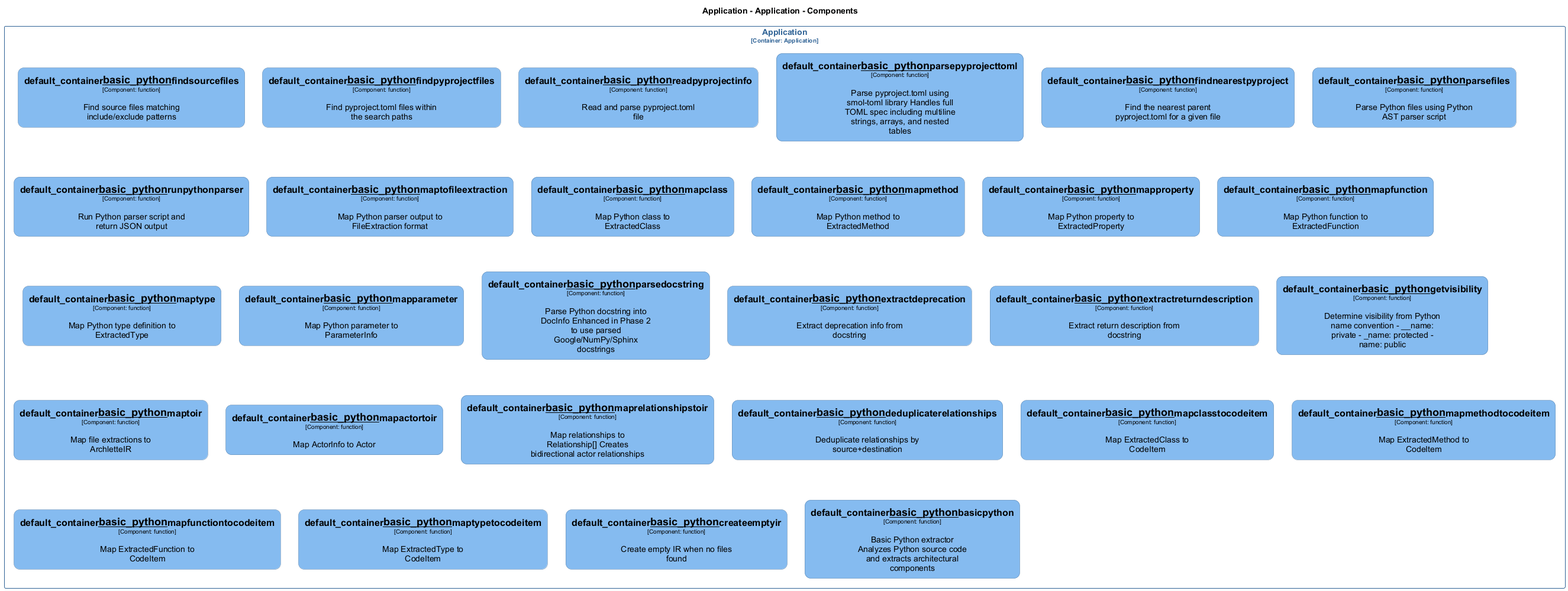
chrislyons-dev/archlette keeps this PlantUML diagram as docs/architecture/diagrams/structurizr-Classes_default_container__basic_python.png. Above is the earlier version.
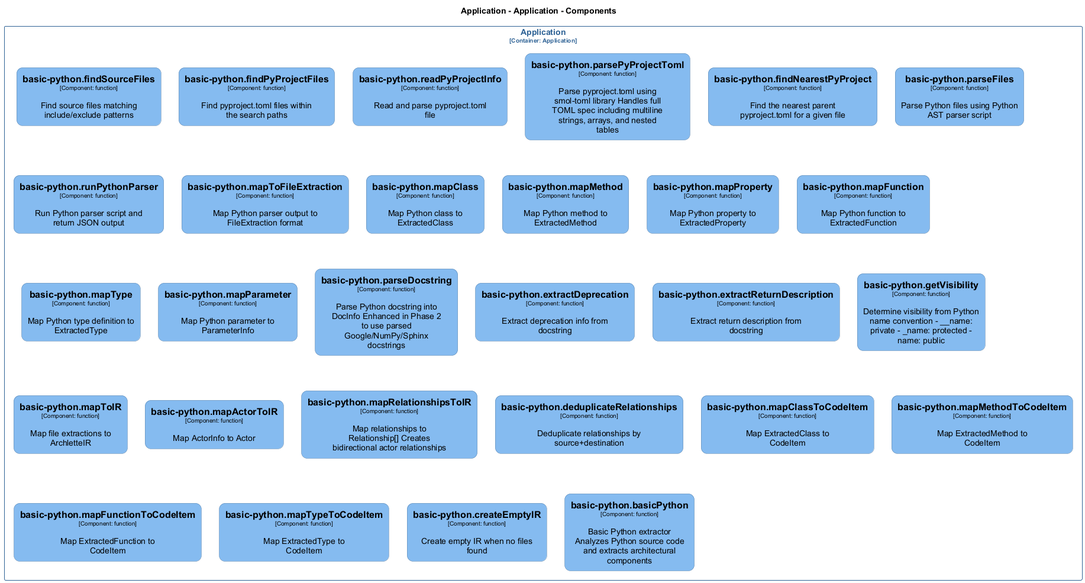
The same file after the commit.

The edit, as a diff of the source:
```diff
@@ -18,3 +18,3 @@
 
-skinparam rectangle<<Application.Application.default_container__basic_python__basicpython>> {
+skinparam rectangle<<Application.Application.basicpythonbasicPython>> {
   BackgroundColor #85bbf0
@@ -25,3 +25,3 @@
 }
-skinparam rectangle<<Application.Application.default_container__basic_python__createemptyir>> {
+skinparam rectangle<<Application.Application.basicpythoncreateEmptyIR>> {
   BackgroundColor #85bbf0
@@ -32,3 +32,3 @@
 }
-skinparam rectangle<<Application.Application.default_container__basic_python__deduplicaterelationships>> {
+skinparam rectangle<<Application.Application.basicpythondeduplicateRelationships>> {
   BackgroundColor #85bbf0
@@ -39,3 +39,3 @@
 }
-skinparam rectangle<<Application.Application.default_container__basic_python__extractdeprecation>> {
+skinparam rectangle<<Application.Application.basicpythonextractDeprecation>> {
   BackgroundColor #85bbf0
@@ -46,3 +46,3 @@
 }
-skinparam rectangle<<Application.Application.default_container__basic_python__extractreturndescription>> {
+skinparam rectangle<<Application.Application.basicpythonextractReturnDescription>> {
   BackgroundColor #85bbf0
@@ -53,3 +53,3 @@
 }
-skinparam rectangle<<Application.Application.default_container__basic_python__findnearestpyproject>> {
+skinparam rectangle<<Application.Application.basicpythonfindNearestPyProject>> {
   BackgroundColor #85bbf0
@@ -60,3 +60,3 @@
 }
-skinparam rectangle<<Application.Application.default_container__basic_python__findpyprojectfiles>> {
+skinparam rectangle<<Application.Application.basicpythonfindPyProjectFiles>> {
   BackgroundColor #85bbf0
@@ -67,3 +67,3 @@
 }
-skinparam rectangle<<Application.Application.default_container__basic_python__findsourcefiles>> {
+skinparam rectangle<<Application.Application.basicpythonfindSourceFiles>> {
   BackgroundColor #85bbf0
@@ -74,3 +74,3 @@
 }
-skinparam rectangle<<Application.Application.default_container__basic_python__getvisibility>> {
+skinparam rectangle<<Application.Application.basicpythongetVisibility>> {
   BackgroundColor #85bbf0
@@ -81,3 +81,3 @@
 }
-skinparam rectangle<<Application.Application.default_container__basic_python__mapactortoir>> {
+skinparam rectangle<<Application.Application.basicpythonmapActorToIR>> {
   BackgroundColor #85bbf0
@@ -88,3 +88,3 @@
 }
-skinparam rectangle<<Application.Application.default_container__basic_python__mapclass>> {
+skinparam rectangle<<Application.Application.basicpythonmapClass>> {
   BackgroundColor #85bbf0
@@ -95,3 +95,3 @@
 }
-skinparam rectangle<<Application.Application.default_container__basic_python__mapclasstocodeitem>> {
+skinparam rectangle<<Application.Application.basicpythonmapClassToCodeItem>> {
   BackgroundColor #85bbf0
@@ -102,3 +102,3 @@
 }
-skinparam rectangle<<Application.Application.default_container__basic_python__mapfunction>> {
+skinparam rectangle<<Application.Application.basicpythonmapFunction>> {
   BackgroundColor #85bbf0
@@ -109,3 +109,3 @@
 }
-skinparam rectangle<<Application.Application.default_container__basic_python__mapfunctiontocodeitem>> {
+skinparam rectangle<<Application.Application.basicpythonmapFunctionToCodeItem>> {
   BackgroundColor #85bbf0
@@ -116,3 +116,3 @@
 }
-skinparam rectangle<<Application.Application.default_container__basic_python__mapmethod>> {
+skinparam rectangle<<Application.Application.basicpythonmapMethod>> {
   BackgroundColor #85bbf0
@@ -123,3 +123,3 @@
 }
-skinparam rectangle<<Application.Application.default_container__basic_python__mapmethodtocodeitem>> {
+skinparam rectangle<<Application.Application.basicpythonmapMethodToCodeItem>> {
   BackgroundColor #85bbf0
@@ -130,3 +130,3 @@
 }
-skinparam rectangle<<Application.Application.default_container__basic_python__mapparameter>> {
+skinparam rectangle<<Application.Application.basicpythonmapParameter>> {
   BackgroundColor #85bbf0
@@ -137,3 +137,3 @@
 }
-skinparam rectangle<<Application.Application.default_container__basic_python__mapproperty>> {
+skinparam rectangle<<Application.Application.basicpythonmapProperty>> {
   BackgroundColor #85bbf0
@@ -144,3 +144,3 @@
 }
-skinparam rectangle<<Application.Application.default_container__basic_python__maprelationshipstoir>> {
+skinparam rectangle<<Application.Application.basicpythonmapRelationshipsToIR>> {
   BackgroundColor #85bbf0
@@ -151,3 +151,3 @@
 }
-skinparam rectangle<<Application.Application.default_container__basic_python__maptofileextraction>> {
+skinparam rectangle<<Application.Application.basicpythonmapToFileExtraction>> {
   BackgroundColor #85bbf0
@@ -158,3 +158,3 @@
 }
-skinparam rectangle<<Application.Application.default_container__basic_python__maptoir>> {
+skinparam rectangle<<Application.Application.basicpythonmapToIR>> {
   BackgroundColor #85bbf0
@@ -165,3 +165,3 @@
 }
-skinparam rectangle<<Application.Application.default_container__basic_python__maptype>> {
+skinparam rectangle<<Application.Application.basicpythonmapType>> {
   BackgroundColor #85bbf0
@@ -172,3 +172,3 @@
 }
-skinparam rectangle<<Application.Application.default_container__basic_python__maptypetocodeitem>> {
+skinparam rectangle<<Application.Application.basicpythonmapTypeToCodeItem>> {
   BackgroundColor #85bbf0
@@ -179,3 +179,3 @@
 }
-skinparam rectangle<<Application.Application.default_container__basic_python__parsedocstring>> {
+skinparam rectangle<<Application.Application.basicpythonparseDocstring>> {
   BackgroundColor #85bbf0
@@ -186,3 +186,3 @@
 }
-skinparam rectangle<<Application.Application.default_container__basic_python__parsefiles>> {
+skinparam rectangle<<Application.Application.basicpythonparseFiles>> {
   BackgroundColor #85bbf0
@@ -193,3 +193,3 @@
 }
-skinparam rectangle<<Application.Application.default_container__basic_python__parsepyprojecttoml>> {
+skinparam rectangle<<Application.Application.basicpythonparsePyProjectToml>> {
   BackgroundColor #85bbf0
@@ -200,3 +200,3 @@
 }
-skinparam rectangle<<Application.Application.default_container__basic_python__readpyprojectinfo>> {
+skinparam rectangle<<Application.Application.basicpythonreadPyProjectInfo>> {
   BackgroundColor #85bbf0
@@ -207,3 +207,3 @@
 }
-skinparam rectangle<<Application.Application.default_container__basic_python__runpythonparser>> {
+skinparam rectangle<<Application.Application.basicpythonrunPythonParser>> {
   BackgroundColor #85bbf0
@@ -221,30 +221,30 @@
 rectangle "Application\n<size:10>[Container: Application]</size>" <<Application.Application>> {
-  rectangle "==default_container__basic_python__findsourcefiles\n<size:10>[Component: function]</size>\n\nFind source files matching include/exclude patterns" <<Application.Application.default_container__basic_python__findsourcefiles>> as Application.Application.default_container__basic_python__findsourcefiles
-  rectangle "==default_container__basic_python__findpyprojectfiles\n<size:10>[Component: function]</size>\n\nFind pyproject.toml files within the search paths" <<Application.Application.default_container__basic_python__findpyprojectfiles>> as Application.Application.default_container__basic_python__findpyprojectfiles
-  rectangle "==default_container__basic_python__readpyprojectinfo\n<size:10>[Component: function]</size>\n\nRead and parse pyproject.toml file" <<Application.Application.default_container__basic_python__readpyprojectinfo>> as Application.Application.default_container__basic_python__readpyprojectinfo
-  rectangle "==default_container__basic_python__parsepyprojecttoml\n<size:10>[Component: function]</size>\n\nParse pyproject.toml using smol-toml library Handles full TOML spec including multiline strings, arrays, and nested tables" <<Application.Application.default_container__basic_python__parsepyprojecttoml>> as Application.Application.default_container__basic_python__parsepyprojecttoml
-  rectangle "==default_container__basic_python__findnearestpyproject\n<size:10>[Component: function]</size>\n\nFind the nearest parent pyproject.toml for a given file" <<Application.Application.default_container__basic_python__findnearestpyproject>> as Application.Application.default_container__basic_python__findnearestpyproject
-  rectangle "==default_container__basic_python__parsefiles\n<size:10>[Component: function]</size>\n\nParse Python files using Python AST parser script" <<Application.Application.default_container__basic_python__parsefiles>> as Application.Application.default_container__basic_python__parsefiles
-  rectangle "==default_container__basic_python__runpythonparser\n<size:10>[Component: function]</size>\n\nRun Python parser script and return JSON output" <<Application.Application.default_container__basic_python__runpythonparser>> as Application.Application.default_container__basic_python__runpythonparser
-  rectangle "==default_container__basic_python__maptofileextraction\n<size:10>[Component: function]</size>\n\nMap Python parser output to FileExtraction format" <<Application.Application.default_container__basic_python__maptofileextraction>> as Application.Application.default_container__basic_python__maptofileextraction
-  rectangle "==default_container__basic_python__mapclass\n<size:10>[Component: function]</size>\n\nMap Python class to ExtractedClass" <<Application.Application.default_container__basic_python__mapclass>> as Application.Application.default_container__basic_python__mapclass
-  rectangle "==default_container__basic_python__mapmethod\n<size:10>[Component: function]</size>\n\nMap Python method to ExtractedMethod" <<Application.Application.default_container__basic_python__mapmethod>> as Application.Application.default_container__basic_python__mapmethod
-  rectangle "==default_container__basic_python__mapproperty\n<size:10>[Component: function]</size>\n\nMap Python property to ExtractedProperty" <<Application.Application.default_container__basic_python__mapproperty>> as Application.Application.default_container__basic_python__mapproperty
-  rectangle "==default_container__basic_python__mapfunction\n<size:10>[Component: function]</size>\n\nMap Python function to ExtractedFunction" <<Application.Application.default_container__basic_python__mapfunction>> as Application.Application.default_container__basic_python__mapfunction
-  rectangle "==default_container__basic_python__maptype\n<size:10>[Component: function]</size>\n\nMap Python type definition to ExtractedType" <<Application.Application.default_container__basic_python__maptype>> as Application.Application.default_container__basic_python__maptype
-  rectangle "==default_container__basic_python__mapparameter\n<size:10>[Component: function]</size>\n\nMap Python parameter to ParameterInfo" <<Application.Application.default_container__basic_python__mapparameter>> as Application.Application.default_container__basic_python__mapparameter
-  rectangle "==default_container__basic_python__parsedocstring\n<size:10>[Component: function]</size>\n\nParse Python docstring into DocInfo Enhanced in Phase 2 to use parsed Google/NumPy/Sphinx docstrings" <<Application.Application.default_container__basic_python__parsedocstring>> as Application.Application.default_container__basic_python__parsedocstring
-  rectangle "==default_container__basic_python__extractdeprecation\n<size:10>[Component: function]</size>\n\nExtract deprecation info from docstring" <<Application.Application.default_container__basic_python__extractdeprecation>> as Application.Application.default_container__basic_python__extractdeprecation
-  rectangle "==default_container__basic_python__extractreturndescription\n<size:10>[Component: function]</size>\n\nExtract return description from docstring" <<Application.Application.default_container__basic_python__extractreturndescription>> as Application.Application.default_container__basic_python__extractreturndescription
-  rectangle "==default_container__basic_python__getvisibility\n<size:10>[Component: function]</size>\n\nDetermine visibility from Python name convention - __name: private - _name: protected - name: public" <<Application.Application.default_container__basic_python__getvisibility>> as Application.Application.default_container__basic_python__getvisibility
-  rectangle "==default_container__basic_python__maptoir\n<size:10>[Component: function]</size>\n\nMap file extractions to ArchletteIR" <<Application.Application.default_container__basic_python__maptoir>> as Application.Application.default_container__basic_python__maptoir
-  rectangle "==default_container__basic_python__mapactortoir\n<size:10>[Component: function]</size>\n\nMap ActorInfo to Actor" <<Application.Application.default_container__basic_python__mapactortoir>> as Application.Application.default_container__basic_python__mapactortoir
-  rectangle "==default_container__basic_python__maprelationshipstoir\n<size:10>[Component: function]</size>\n\nMap relationships to Relationship[] Creates bidirectional actor relationships" <<Application.Application.default_container__basic_python__maprelationshipstoir>> as Application.Application.default_container__basic_python__maprelationshipstoir
-  rectangle "==default_container__basic_python__deduplicaterelationships\n<size:10>[Component: function]</size>\n\nDeduplicate relationships by source+destination" <<Application.Application.default_container__basic_python__deduplicaterelationships>> as Application.Application.default_container__basic_python__deduplicaterelationships
-  rectangle "==default_container__basic_python__mapclasstocodeitem\n<size:10>[Component: function]</size>\n\nMap ExtractedClass to CodeItem" <<Application.Application.default_container__basic_python__mapclasstocodeitem>> as Application.Application.default_container__basic_python__mapclasstocodeitem
-  rectangle "==default_container__basic_python__mapmethodtocodeitem\n<size:10>[Component: function]</size>\n\nMap ExtractedMethod to CodeItem" <<Application.Application.default_container__basic_python__mapmethodtocodeitem>> as Application.Application.default_container__basic_python__mapmethodtocodeitem
-  rectangle "==default_container__basic_python__mapfunctiontocodeitem\n<size:10>[Component: function]</size>\n\nMap ExtractedFunction to CodeItem" <<Application.Application.default_container__basic_python__mapfunctiontocodeitem>> as Application.Application.default_container__basic_python__mapfunctiontocodeitem
-  rectangle "==default_container__basic_python__maptypetocodeitem\n<size:10>[Component: function]</size>\n\nMap ExtractedType to CodeItem" <<Application.Application.default_container__basic_python__maptypetocodeitem>> as Application.Application.default_container__basic_python__maptypetocodeitem
-  rectangle "==default_container__basic_python__createemptyir\n<size:10>[Component: function]</size>\n\nCreate empty IR when no files found" <<Application.Application.default_container__basic_python__createemptyir>> as Application.Application.default_container__basic_python__createemptyir
-  rectangle "==default_container__basic_python__basicpython\n<size:10>[Component: function]</size>\n\nBasic Python extractor Analyzes Python source code and extracts architectural components" <<Application.Application.default_container__basic_python__basicpython>> as Application.Application.default_container__basic_python__basicpython
+  rectangle "==basic-python.findSourceFiles\n<size:10>[Component: function]</size>\n\nFind source files matching include/exclude patterns" <<Application.Application.basicpythonfindSourceFiles>> as Application.Application.basicpythonfindSourceFiles
+  rectangle "==basic-python.findPyProjectFiles\n<size:10>[Component: function]</size>\n\nFind pyproject.toml files within the search paths" <<Application.Application.basicpythonfindPyProjectFiles>> as Application.Application.basicpythonfindPyProjectFiles
+  rectangle "==basic-python.readPyProjectInfo\n<size:10>[Component: function]</size>\n\nRead and parse pyproject.toml file" <<Application.Application.basicpythonreadPyProjectInfo>> as Application.Application.basicpythonreadPyProjectInfo
+  rectangle "==basic-python.parsePyProjectToml\n<size:10>[Component: function]</size>\n\nParse pyproject.toml using smol-toml library Handles full TOML spec including multiline strings, arrays, and nested tables" <<Application.Application.basicpythonparsePyProjectToml>> as Application.Application.basicpythonparsePyProjectToml
+  rectangle "==basic-python.findNearestPyProject\n<size:10>[Component: function]</size>\n\nFind the nearest parent pyproject.toml for a given file" <<Application.Application.basicpythonfindNearestPyProject>> as Application.Application.basicpythonfindNearestPyProject
+  rectangle "==basic-python.parseFiles\n<size:10>[Component: function]</size>\n\nParse Python files using Python AST parser script" <<Application.Application.basicpythonparseFiles>> as Application.Application.basicpythonparseFiles
+  rectangle "==basic-python.runPythonParser\n<size:10>[Component: function]</size>\n\nRun Python parser script and return JSON output" <<Application.Application.basicpythonrunPythonParser>> as Application.Application.basicpythonrunPythonParser
+  rectangle "==basic-python.mapToFileExtraction\n<size:10>[Component: function]</size>\n\nMap Python parser output to FileExtraction format" <<Application.Application.basicpythonmapToFileExtraction>> as Application.Application.basicpythonmapToFileExtraction
+  rectangle "==basic-python.mapClass\n<size:10>[Component: function]</size>\n\nMap Python class to ExtractedClass" <<Application.Application.basicpythonmapClass>> as Application.Application.basicpythonmapClass
+  rectangle "==basic-python.mapMethod\n<size:10>[Component: function]</size>\n\nMap Python method to ExtractedMethod" <<Application.Application.basicpythonmapMethod>> as Application.Application.basicpythonmapMethod
+  rectangle "==basic-python.mapProperty\n<size:10>[Component: function]</size>\n\nMap Python property to ExtractedProperty" <<Application.Application.basicpythonmapProperty>> as Application.Application.basicpythonmapProperty
+  rectangle "==basic-python.mapFunction\n<size:10>[Component: function]</size>\n\nMap Python function to ExtractedFunction" <<Application.Application.basicpythonmapFunction>> as Application.Application.basicpythonmapFunction
+  rectangle "==basic-python.mapType\n<size:10>[Component: function]</size>\n\nMap Python type definition to ExtractedType" <<Application.Application.basicpythonmapType>> as Application.Application.basicpythonmapType
+  rectangle "==basic-python.mapParameter\n<size:10>[Component: function]</size>\n\nMap Python parameter to ParameterInfo" <<Application.Application.basicpythonmapParameter>> as Application.Application.basicpythonmapParameter
+  rectangle "==basic-python.parseDocstring\n<size:10>[Component: function]</size>\n\nParse Python docstring into DocInfo Enhanced in Phase 2 to use parsed Google/NumPy/Sphinx docstrings" <<Application.Application.basicpythonparseDocstring>> as Application.Application.basicpythonparseDocstring
+  rectangle "==basic-python.extractDeprecation\n<size:10>[Component: function]</size>\n\nExtract deprecation info from docstring" <<Application.Application.basicpythonextractDeprecation>> as Application.Application.basicpythonextractDeprecation
+  rectangle "==basic-python.extractReturnDescription\n<size:10>[Component: function]</size>\n\nExtract return description from docstring" <<Application.Application.basicpythonextractReturnDescription>> as Application.Application.basicpythonextractReturnDescription
+  rectangle "==basic-python.getVisibility\n<size:10>[Component: function]</size>\n\nDetermine visibility from Python name convention - __name: private - _name: protected - name: public" <<Application.Application.basicpythongetVisibility>> as Application.Application.basicpythongetVisibility
+  rectangle "==basic-python.mapToIR\n<size:10>[Component: function]</size>\n\nMap file extractions to ArchletteIR" <<Application.Application.basicpythonmapToIR>> as Application.Application.basicpythonmapToIR
+  rectangle "==basic-python.mapActorToIR\n<size:10>[Component: function]</size>\n\nMap ActorInfo to Actor" <<Application.Application.basicpythonmapActorToIR>> as Application.Application.basicpythonmapActorToIR
+  rectangle "==basic-python.mapRelationshipsToIR\n<size:10>[Component: function]</size>\n\nMap relationships to Relationship[] Creates bidirectional actor relationships" <<Application.Application.basicpythonmapRelationshipsToIR>> as Application.Application.basicpythonmapRelationshipsToIR
+  rectangle "==basic-python.deduplicateRelationships\n<size:10>[Component: function]</size>\n\nDeduplicate relationships by source+destination" <<Application.Application.basicpythondeduplicateRelationships>> as Application.Application.basicpythondeduplicateRelationships
+  rectangle "==basic-python.mapClassToCodeItem\n<size:10>[Component: function]</size>\n\nMap ExtractedClass to CodeItem" <<Application.Application.basicpythonmapClassToCodeItem>> as Application.Application.basicpythonmapClassToCodeItem
+  rectangle "==basic-python.mapMethodToCodeItem\n<size:10>[Component: function]</size>\n\nMap ExtractedMethod to CodeItem" <<Application.Application.basicpythonmapMethodToCodeItem>> as Application.Application.basicpythonmapMethodToCodeItem
+  rectangle "==basic-python.mapFunctionToCodeItem\n<size:10>[Component: function]</size>\n\nMap ExtractedFunction to CodeItem" <<Application.Application.basicpythonmapFunctionToCodeItem>> as Application.Application.basicpythonmapFunctionToCodeItem
+  rectangle "==basic-python.mapTypeToCodeItem\n<size:10>[Component: function]</size>\n\nMap ExtractedType to CodeItem" <<Application.Application.basicpythonmapTypeToCodeItem>> as Application.Application.basicpythonmapTypeToCodeItem
+  rectangle "==basic-python.createEmptyIR\n<size:10>[Component: function]</size>\n\nCreate empty IR when no files found" <<Application.Application.basicpythoncreateEmptyIR>> as Application.Application.basicpythoncreateEmptyIR
+  rectangle "==basic-python.basicPython\n<size:10>[Component: function]</size>\n\nBasic Python extractor Analyzes Python source code and extracts architectural components" <<Application.Application.basicpythonbasicPython>> as Application.Application.basicpythonbasicPython
 }
```
